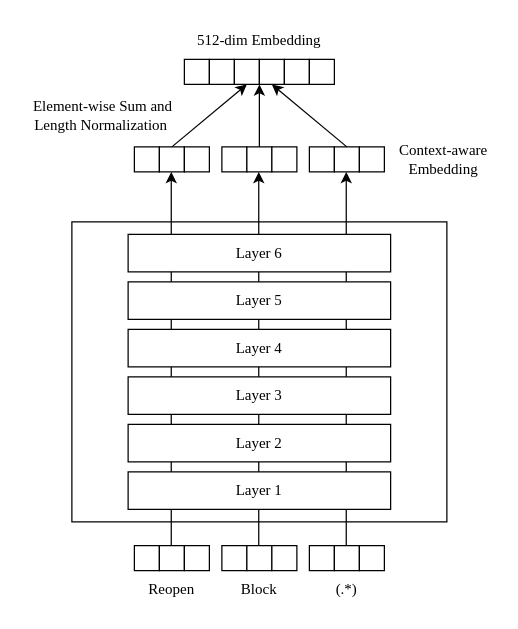
Before: USE.drawio in Gleiphir2769/my-draw, a draw.io diagram. Source tidied: cells renumbered, new cells numbered last; positions are measured from the earlier drawing's top-left corner, leaving out a move shared by most shapes. Both pictures are drawn from the tidied source at 125%, with x=0, y=0 at pixel (21, 21).
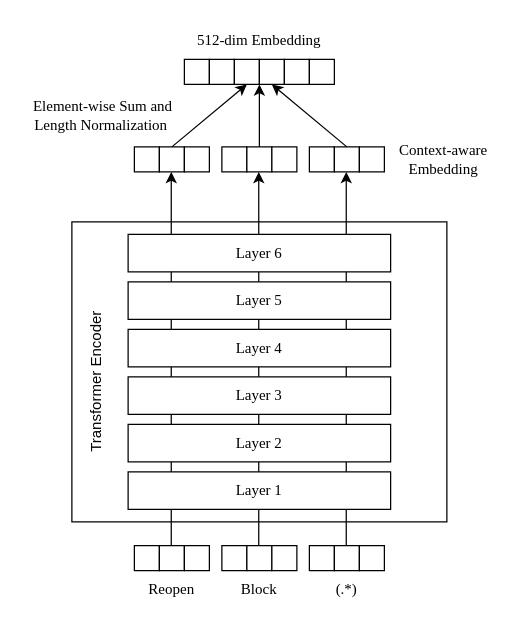
The same diagram, later.

What changed in the source:
```diff
@@
+    <mxCell id="53" value="Transformer Encoder" style="text;html=1;strokeColor=none;fillColor=none;align=center;verticalAlign=middle;whiteSpace=wrap;rounded=0;horizontal=0;" parent="1" vertex="1">
+      <mxGeometry x="30" y="208" width="60" height="160" as="geometry" />
+    </mxCell>
```
